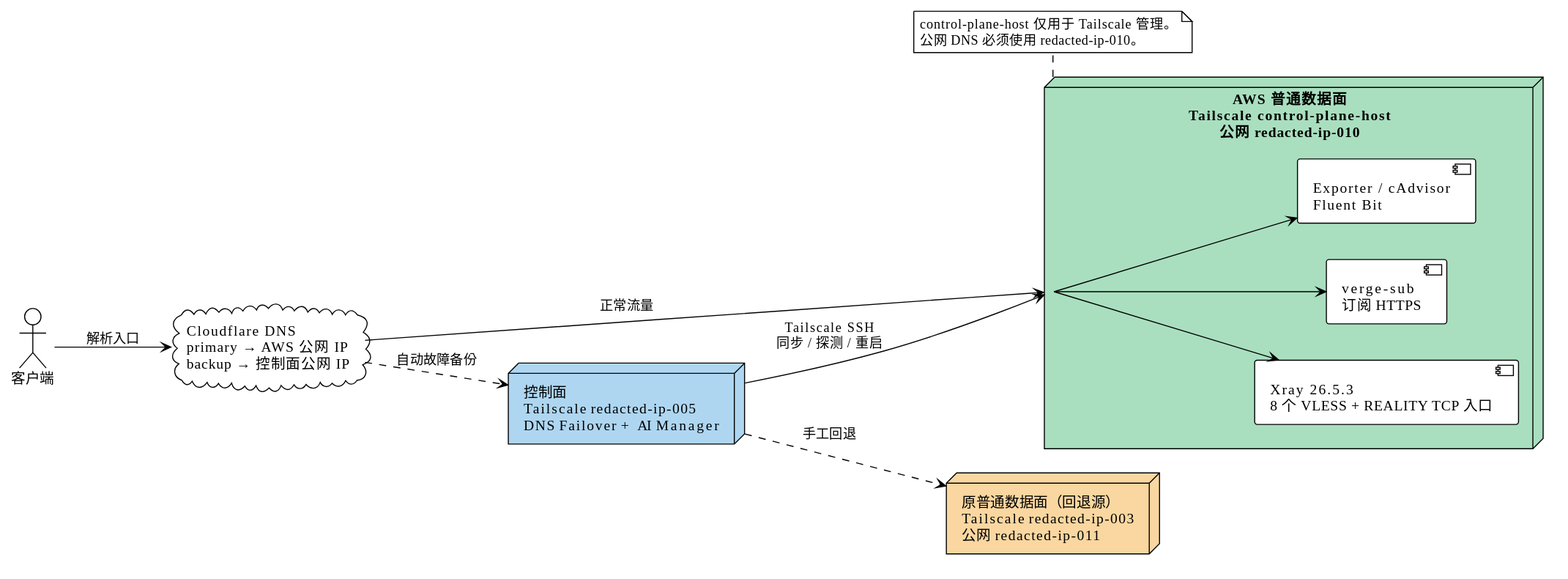
i-zrhe2016/ai-routing-panel keeps this PlantUML diagram as docs/diagrams/aws-normal-data-plane-migration.svg. Above is the earlier version.
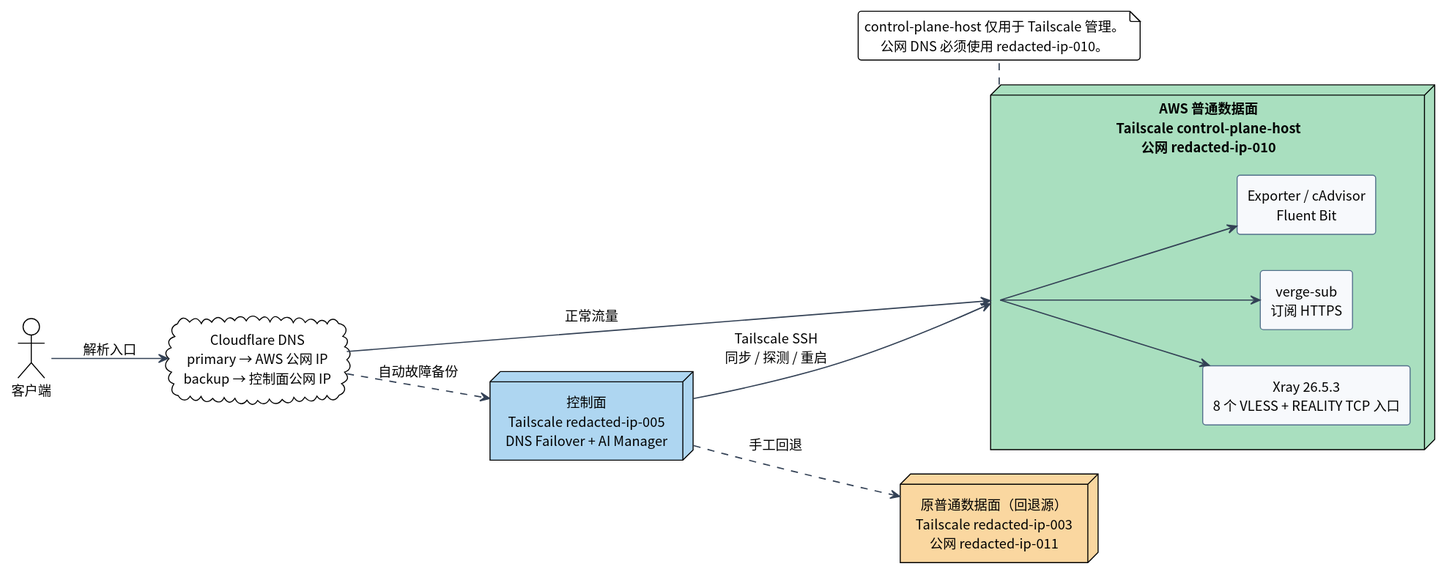
The same file after the commit.

Change to the diagram source:
```diff
@@ -1,18 +1,18 @@
 @startuml
-!theme plain
+!include style.iuml
 left to right direction
 
 actor "客户端" as client
 cloud "Cloudflare DNS\nprimary → AWS 公网 IP\nbackup → 控制面公网 IP" as dns
 
-node "AWS 普通数据面\nTailscale 100.92.231.104\n公网 52.12.220.85" as aws #A9DFBF {
+node "AWS 普通数据面\nTailscale control-plane-host\n公网 redacted-ip-010" as aws #A9DFBF {
   component "Xray 26.5.3\n8 个 VLESS + REALITY TCP 入口" as xray
   component "verge-sub\n订阅 HTTPS" as subscription
   component "Exporter / cAdvisor\nFluent Bit" as monitoring
 }
 
-node "原普通数据面（回退源）\nTailscale 100.65.108.93\n公网 64.186.224.96" as old #FAD7A0
-node "控制面\nTailscale 100.92.111.68\nDNS Failover + AI Manager" as control #AED6F1
+node "原普通数据面（回退源）\nTailscale redacted-ip-003\n公网 redacted-ip-011" as old #FAD7A0
+node "控制面\nTailscale redacted-ip-005\nDNS Failover + AI Manager" as control #AED6F1
 
 client --> dns : 解析入口
 dns --> aws : 正常流量
@@ -24,7 +24,7 @@
 aws --> monitoring
 
 note bottom of aws
-100.92.231.104 仅用于 Tailscale 管理。
-公网 DNS 必须使用 52.12.220.85。
+control-plane-host 仅用于 Tailscale 管理。
+公网 DNS 必须使用 redacted-ip-010。
 end note
 @enduml
```
